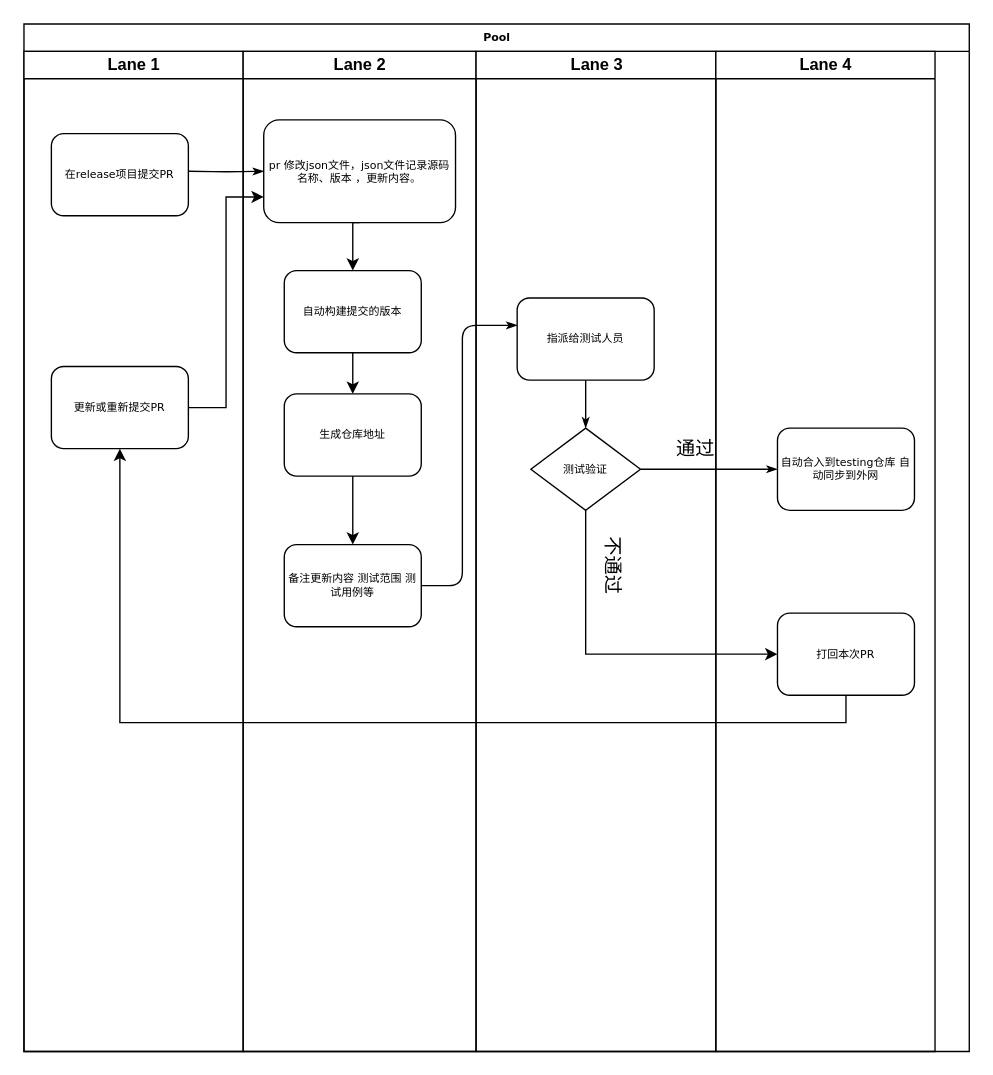
The draw.io diagram 软件包更新流程.drawio in Zeno-sole/drawio-file, before the edit. Source tidied: cells renumbered, new cells numbered last; positions are measured from the earlier drawing's top-left corner, leaving out a move shared by most shapes. Both pictures are drawn from the tidied source at 137%, with x=0, y=0 at pixel (23, 23).
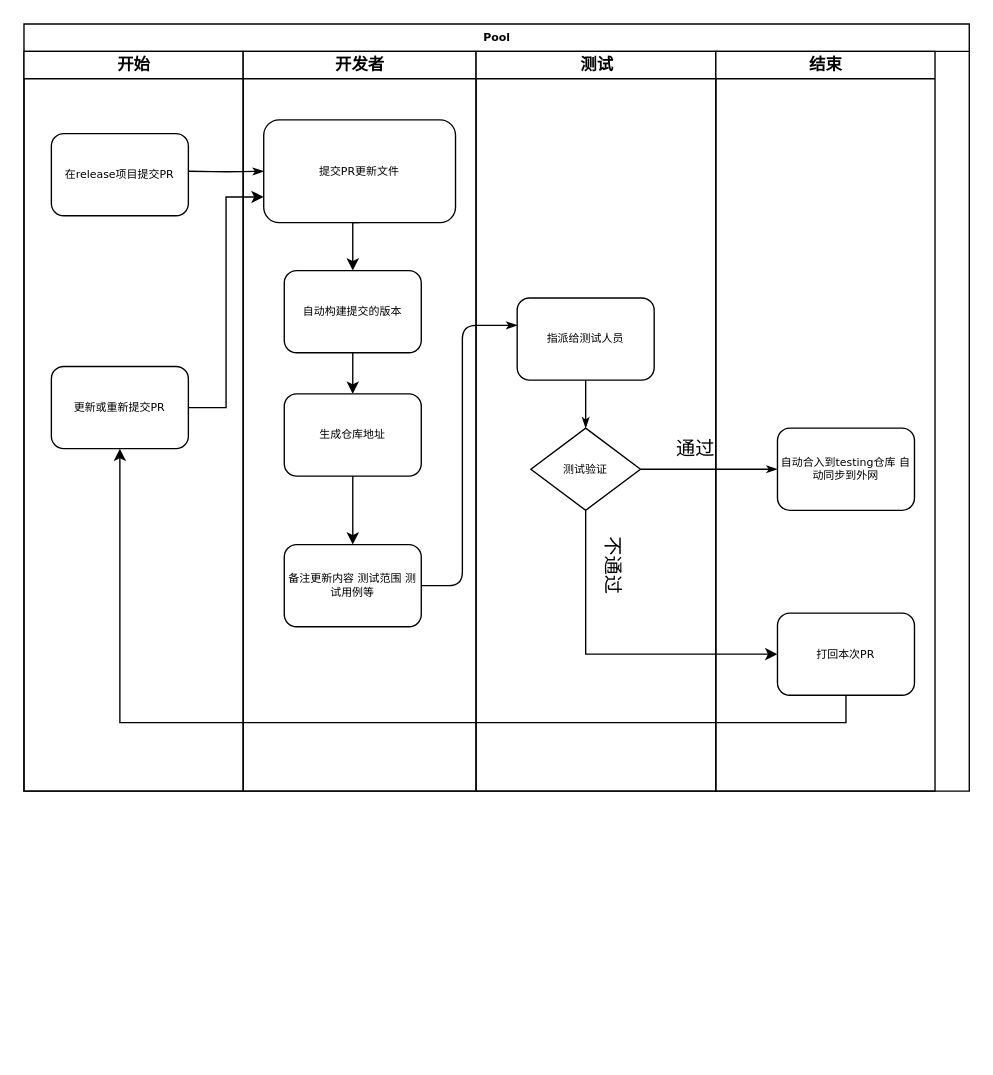
After the change.

Commit message:
更新软件包更新流程.drawio

What changed in the source:
```diff
@@
     <mxCell id="2" value="Pool" style="swimlane;html=1;startSize=20;rounded=0;shadow=0;labelBackgroundColor=none;strokeWidth=1;fontFamily=Verdana;fontSize=8;align=center;" parent="1" vertex="1">
-      <mxGeometry width="690" height="750" as="geometry" />
+      <mxGeometry width="690" height="560" as="geometry" />
     </mxCell>
-    <mxCell id="3" value="Lane 1" style="swimlane;html=1;startSize=20;" parent="2" vertex="1">
-      <mxGeometry y="20" width="160" height="730" as="geometry" />
+    <mxCell id="3" value="开始" style="swimlane;html=1;startSize=20;" parent="2" vertex="1">
+      <mxGeometry y="20" width="160" height="540" as="geometry" />
     </mxCell>
@@
-    <mxCell id="9" value="Lane 2" style="swimlane;html=1;startSize=20;" parent="2" vertex="1">
-      <mxGeometry x="160" y="20" width="170" height="730" as="geometry" />
+    <mxCell id="9" value="开发者" style="swimlane;html=1;startSize=20;" parent="2" vertex="1">
+      <mxGeometry x="160" y="20" width="170" height="540" as="geometry" />
     </mxCell>
@@
-    <mxCell id="11" value="pr 修改json文件，json文件记录源码名称、版本 ，更新内容。" style="rounded=1;whiteSpace=wrap;html=1;shadow=0;labelBackgroundColor=none;strokeWidth=1;fontFamily=Verdana;fontSize=8;align=center;" parent="9" vertex="1">
+    <mxCell id="11" value="提交PR更新文件" style="rounded=1;whiteSpace=wrap;html=1;shadow=0;labelBackgroundColor=none;strokeWidth=1;fontFamily=Verdana;fontSize=8;align=center;" parent="9" vertex="1">
       <mxGeometry x="15" y="50" width="140" height="75" as="geometry" />
     </mxCell>
@@
-    <mxCell id="17" value="Lane 3" style="swimlane;html=1;startSize=20;" parent="2" vertex="1">
-      <mxGeometry x="330" y="20" width="175" height="730" as="geometry" />
+    <mxCell id="17" value="测试" style="swimlane;html=1;startSize=20;" parent="2" vertex="1">
+      <mxGeometry x="330" y="20" width="175" height="540" as="geometry" />
     </mxCell>
@@
-    <mxCell id="23" value="Lane 4" style="swimlane;html=1;startSize=20;" parent="2" vertex="1">
-      <mxGeometry x="505" y="20" width="160" height="730" as="geometry" />
+    <mxCell id="23" value="结束" style="swimlane;html=1;startSize=20;" parent="2" vertex="1">
+      <mxGeometry x="505" y="20" width="160" height="540" as="geometry" />
     </mxCell>
```
